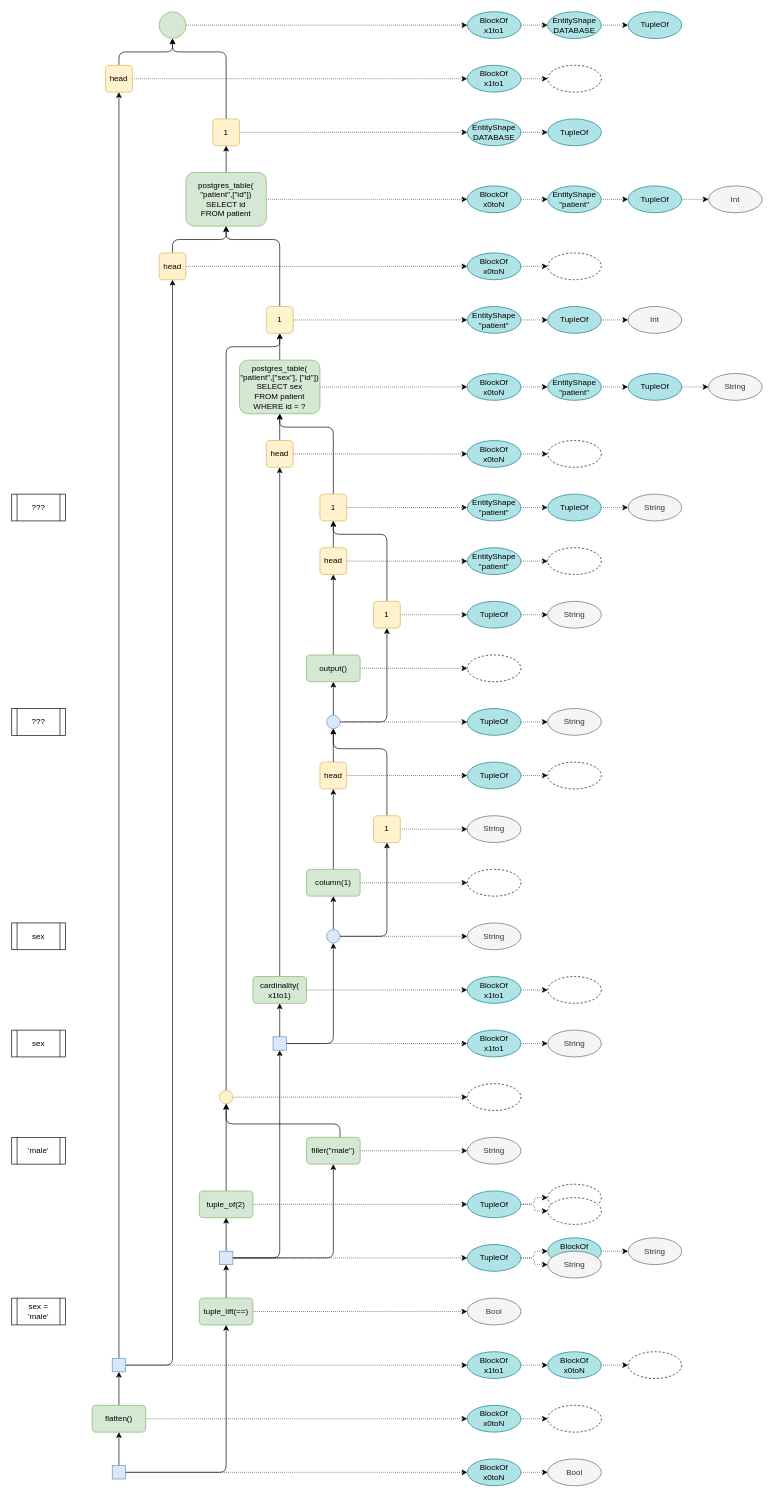
Before: page 6 of 10 of sql-tracing.drawio in rbt-lang/diagrams, a draw.io diagram. Source tidied: cells renumbered, new cells numbered last; positions are measured from the earlier drawing's top-left corner, leaving out a move shared by most shapes. Both pictures are drawn from the tidied source at 67%, with x=0, y=0 at pixel (11, 11).
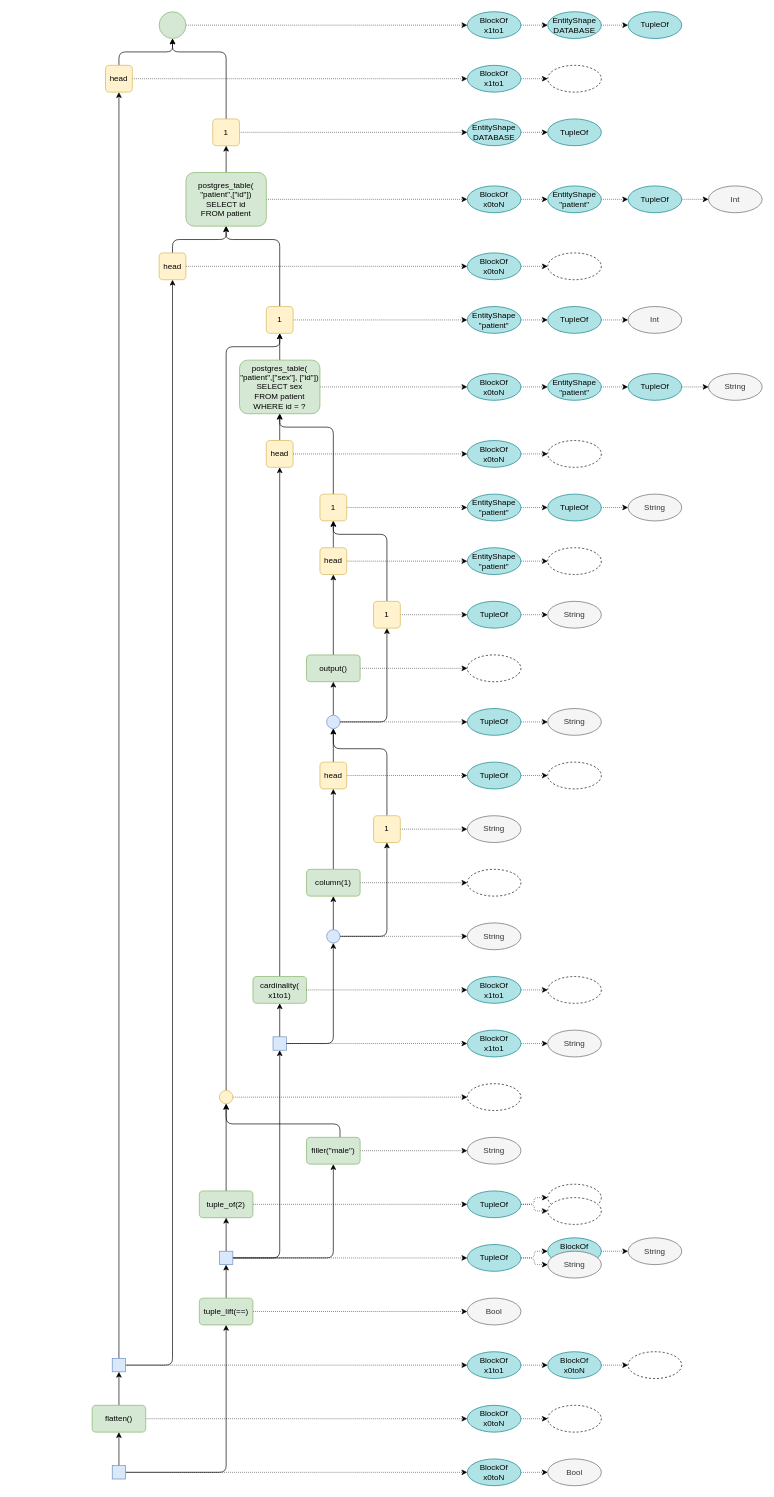
The same page after the edit.

Change to the diagram source:
```diff
@@
-    <mxCell id="178" value="sex" style="shape=process;whiteSpace=wrap;html=1;backgroundOutline=1;" parent="1" vertex="1">
-      <mxGeometry y="1360" width="80" height="40" as="geometry" />
-    </mxCell>
-    <mxCell id="179" value="sex" style="shape=process;whiteSpace=wrap;html=1;backgroundOutline=1;" parent="1" vertex="1">
-      <mxGeometry y="1520" width="80" height="40" as="geometry" />
-    </mxCell>
-    <mxCell id="180" value="'male'" style="shape=process;whiteSpace=wrap;html=1;backgroundOutline=1;" parent="1" vertex="1">
-      <mxGeometry y="1680" width="80" height="40" as="geometry" />
-    </mxCell>
-    <mxCell id="181" value="sex = 'male'" style="shape=process;whiteSpace=wrap;html=1;backgroundOutline=1;" parent="1" vertex="1">
-      <mxGeometry y="1920" width="80" height="40" as="geometry" />
-    </mxCell>
-    <mxCell id="182" value="???" style="shape=process;whiteSpace=wrap;html=1;backgroundOutline=1;" parent="1" vertex="1">
-      <mxGeometry y="1040" width="80" height="40" as="geometry" />
-    </mxCell>
-    <mxCell id="183" value="???" style="shape=process;whiteSpace=wrap;html=1;backgroundOutline=1;" parent="1" vertex="1">
-      <mxGeometry y="720" width="80" height="40" as="geometry" />
-    </mxCell>
```
